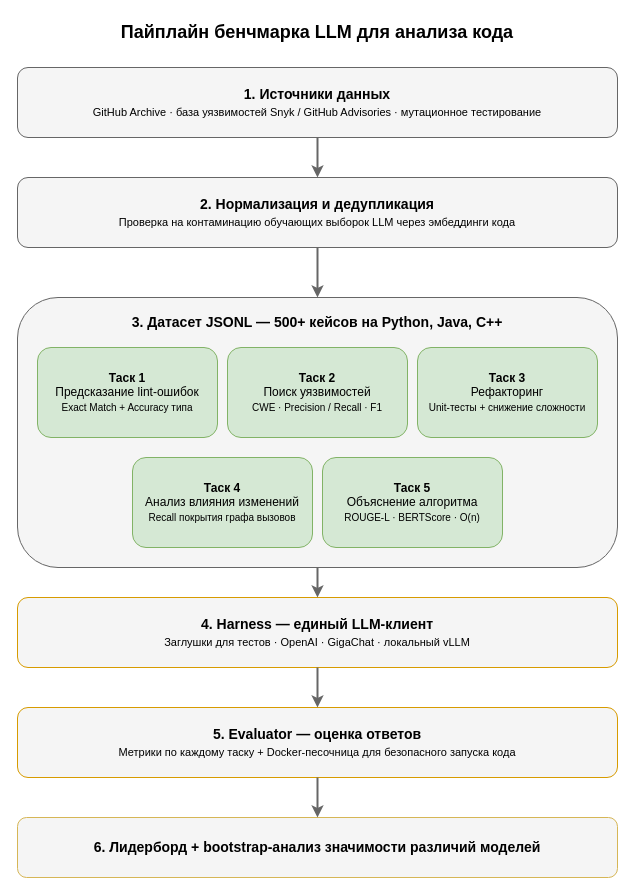
Before: data/pipeline.drawio in bckfv49/llm-code-bench, a draw.io diagram. Source tidied: cells renumbered, new cells numbered last; positions are measured from the earlier drawing's top-left corner, leaving out a move shared by most shapes. Both pictures are drawn from the tidied source at 100%, with x=0, y=0 at pixel (17, 17).
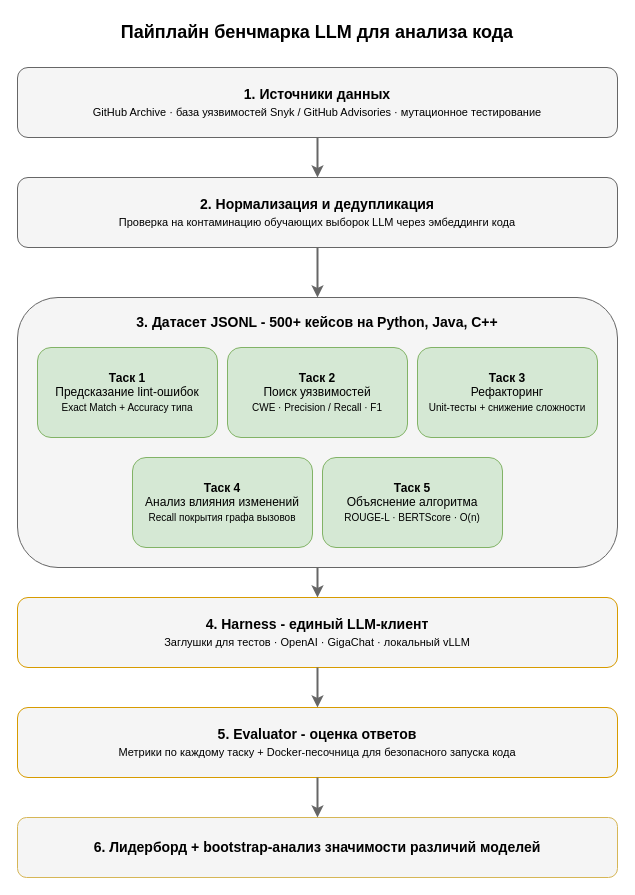
The same page after the edit.

Diff of the diagram source:
```diff
@@
 <mxGraphModel>
   <root>
     <mxCell id="0" />
     <mxCell id="1" parent="0" />
     <mxCell id="2" value="Пайплайн бенчмарка LLM для анализа кода" style="text;html=1;strokeColor=none;fillColor=none;align=center;verticalAlign=middle;whiteSpace=wrap;fontSize=18;fontStyle=1;" parent="1" vertex="1">
       <mxGeometry width="600" height="30" as="geometry" />
     </mxCell>
     <mxCell id="3" value="&lt;b&gt;1. Источники данных&lt;/b&gt;&lt;br/&gt;&lt;span style=&quot;font-size:11px&quot;&gt;GitHub Archive · база уязвимостей Snyk / GitHub Advisories · мутационное тестирование&lt;/span&gt;" style="rounded=1;whiteSpace=wrap;html=1;fillColor=#f5f5f5;strokeColor=#666666;fontSize=14;verticalAlign=middle;align=center;" parent="1" vertex="1">
       <mxGeometry y="50" width="600" height="70" as="geometry" />
     </mxCell>
     <mxCell id="4" value="&lt;b&gt;2. Нормализация и дедупликация&lt;/b&gt;&lt;br/&gt;&lt;span style=&quot;font-size:11px&quot;&gt;Проверка на контаминацию обучающих выборок LLM через эмбеддинги кода&lt;/span&gt;" style="rounded=1;whiteSpace=wrap;html=1;fillColor=#f5f5f5;strokeColor=#666666;fontSize=14;verticalAlign=middle;align=center;" parent="1" vertex="1">
       <mxGeometry y="160" width="600" height="70" as="geometry" />
     </mxCell>
-    <mxCell id="5" value="&lt;b&gt;3. Датасет JSONL — 500+ кейсов на Python, Java, C++&lt;/b&gt;" style="rounded=1;whiteSpace=wrap;html=1;fillColor=#F5F5F5;strokeColor=#666666;fontSize=14;verticalAlign=top;align=center;spacingTop=10;" parent="1" vertex="1">
+    <mxCell id="5" value="&lt;b&gt;3. Датасет JSONL - 500+ кейсов на Python, Java, C++&lt;/b&gt;" style="rounded=1;whiteSpace=wrap;html=1;fillColor=#F5F5F5;strokeColor=#666666;fontSize=14;verticalAlign=top;align=center;spacingTop=10;" parent="1" vertex="1">
       <mxGeometry y="280" width="600" height="270" as="geometry" />
     </mxCell>
     <mxCell id="6" value="&lt;b&gt;Таск 1&lt;/b&gt;&lt;br/&gt;Предсказание lint-ошибок&lt;br/&gt;&lt;span style=&quot;font-size:10px&quot;&gt;Exact Match + Accuracy типа&lt;/span&gt;" style="rounded=1;whiteSpace=wrap;html=1;fillColor=#d5e8d4;strokeColor=#82b366;fontSize=12;verticalAlign=middle;align=center;" parent="1" vertex="1">
       <mxGeometry x="20" y="330" width="180" height="90" as="geometry" />
     </mxCell>
     <mxCell id="7" value="&lt;b&gt;Таск 2&lt;/b&gt;&lt;br/&gt;Поиск уязвимостей&lt;br/&gt;&lt;span style=&quot;font-size:10px&quot;&gt;CWE · Precision / Recall · F1&lt;/span&gt;" style="rounded=1;whiteSpace=wrap;html=1;fillColor=#d5e8d4;strokeColor=#82b366;fontSize=12;verticalAlign=middle;align=center;" parent="1" vertex="1">
       <mxGeometry x="210" y="330" width="180" height="90" as="geometry" />
     </mxCell>
     <mxCell id="8" value="&lt;b&gt;Таск 3&lt;/b&gt;&lt;br/&gt;Рефакторинг&lt;br/&gt;&lt;span style=&quot;font-size:10px&quot;&gt;Unit-тесты + снижение сложности&lt;/span&gt;" style="rounded=1;whiteSpace=wrap;html=1;fillColor=#d5e8d4;strokeColor=#82b366;fontSize=12;verticalAlign=middle;align=center;" parent="1" vertex="1">
       <mxGeometry x="400" y="330" width="180" height="90" as="geometry" />
     </mxCell>
     <mxCell id="9" value="&lt;b&gt;Таск 4&lt;/b&gt;&lt;br/&gt;Анализ влияния изменений&lt;br/&gt;&lt;span style=&quot;font-size:10px&quot;&gt;Recall покрытия графа вызовов&lt;/span&gt;" style="rounded=1;whiteSpace=wrap;html=1;fillColor=#d5e8d4;strokeColor=#82b366;fontSize=12;verticalAlign=middle;align=center;" parent="1" vertex="1">
       <mxGeometry x="115" y="440" width="180" height="90" as="geometry" />
     </mxCell>
     <mxCell id="10" value="&lt;b&gt;Таск 5&lt;/b&gt;&lt;br/&gt;Объяснение алгоритма&lt;br/&gt;&lt;span style=&quot;font-size:10px&quot;&gt;ROUGE-L · BERTScore · O(n)&lt;/span&gt;" style="rounded=1;whiteSpace=wrap;html=1;fillColor=#d5e8d4;strokeColor=#82b366;fontSize=12;verticalAlign=middle;align=center;" parent="1" vertex="1">
       <mxGeometry x="305" y="440" width="180" height="90" as="geometry" />
     </mxCell>
-    <mxCell id="11" value="&lt;b&gt;4. Harness — единый LLM-клиент&lt;/b&gt;&lt;br/&gt;&lt;span style=&quot;font-size:11px&quot;&gt;Заглушки для тестов · OpenAI · GigaChat · локальный vLLM&lt;/span&gt;" style="rounded=1;whiteSpace=wrap;html=1;fillColor=#F5F5F5;strokeColor=#d79b00;fontSize=14;verticalAlign=middle;align=center;" parent="1" vertex="1">
+    <mxCell id="11" value="&lt;b&gt;4. Harness - единый LLM-клиент&lt;/b&gt;&lt;br/&gt;&lt;span style=&quot;font-size:11px&quot;&gt;Заглушки для тестов · OpenAI · GigaChat · локальный vLLM&lt;/span&gt;" style="rounded=1;whiteSpace=wrap;html=1;fillColor=#F5F5F5;strokeColor=#d79b00;fontSize=14;verticalAlign=middle;align=center;" parent="1" vertex="1">
       <mxGeometry y="580" width="600" height="70" as="geometry" />
     </mxCell>
-    <mxCell id="12" value="&lt;b&gt;5. Evaluator — оценка ответов&lt;/b&gt;&lt;br/&gt;&lt;span style=&quot;font-size:11px&quot;&gt;Метрики по каждому таску + Docker-песочница для безопасного запуска кода&lt;/span&gt;" style="rounded=1;whiteSpace=wrap;html=1;fillColor=#F5F5F5;strokeColor=#d79b00;fontSize=14;verticalAlign=middle;align=center;" parent="1" vertex="1">
+    <mxCell id="12" value="&lt;b&gt;5. Evaluator - оценка ответов&lt;/b&gt;&lt;br/&gt;&lt;span style=&quot;font-size:11px&quot;&gt;Метрики по каждому таску + Docker-песочница для безопасного запуска кода&lt;/span&gt;" style="rounded=1;whiteSpace=wrap;html=1;fillColor=#F5F5F5;strokeColor=#d79b00;fontSize=14;verticalAlign=middle;align=center;" parent="1" vertex="1">
       <mxGeometry y="690" width="600" height="70" as="geometry" />
     </mxCell>
     <mxCell id="13" value="&lt;b&gt;6. Лидерборд + bootstrap-анализ значимости различий моделей&lt;/b&gt;" style="rounded=1;whiteSpace=wrap;html=1;fillColor=#F5F5F5;strokeColor=#d6b656;fontSize=14;verticalAlign=middle;align=center;" parent="1" vertex="1">
       <mxGeometry y="800" width="600" height="60" as="geometry" />
     </mxCell>
     <mxCell id="14" style="endArrow=classic;html=1;rounded=0;strokeColor=#666666;strokeWidth=2;exitX=0.5;exitY=1;exitDx=0;exitDy=0;entryX=0.5;entryY=0;entryDx=0;entryDy=0;" parent="1" edge="1" source="3" target="4">
       <mxGeometry relative="1" as="geometry" />
     </mxCell>
     <mxCell id="15" style="endArrow=classic;html=1;rounded=0;strokeColor=#666666;strokeWidth=2;exitX=0.5;exitY=1;exitDx=0;exitDy=0;entryX=0.5;entryY=0;entryDx=0;entryDy=0;" parent="1" edge="1" source="4" target="5">
       <mxGeometry relative="1" as="geometry" />
     </mxCell>
     <mxCell id="16" style="endArrow=classic;html=1;rounded=0;strokeColor=#666666;strokeWidth=2;exitX=0.5;exitY=1;exitDx=0;exitDy=0;entryX=0.5;entryY=0;entryDx=0;entryDy=0;" parent="1" edge="1" source="5" target="11">
       <mxGeometry relative="1" as="geometry" />
     </mxCell>
     <mxCell id="17" style="endArrow=classic;html=1;rounded=0;strokeColor=#666666;strokeWidth=2;exitX=0.5;exitY=1;exitDx=0;exitDy=0;entryX=0.5;entryY=0;entryDx=0;entryDy=0;" parent="1" edge="1" source="11" target="12">
       <mxGeometry relative="1" as="geometry" />
     </mxCell>
     <mxCell id="18" style="endArrow=classic;html=1;rounded=0;strokeColor=#666666;strokeWidth=2;exitX=0.5;exitY=1;exitDx=0;exitDy=0;entryX=0.5;entryY=0;entryDx=0;entryDy=0;" parent="1" edge="1" source="12" target="13">
       <mxGeometry relative="1" as="geometry" />
     </mxCell>
   </root>
 </mxGraphModel>
```
